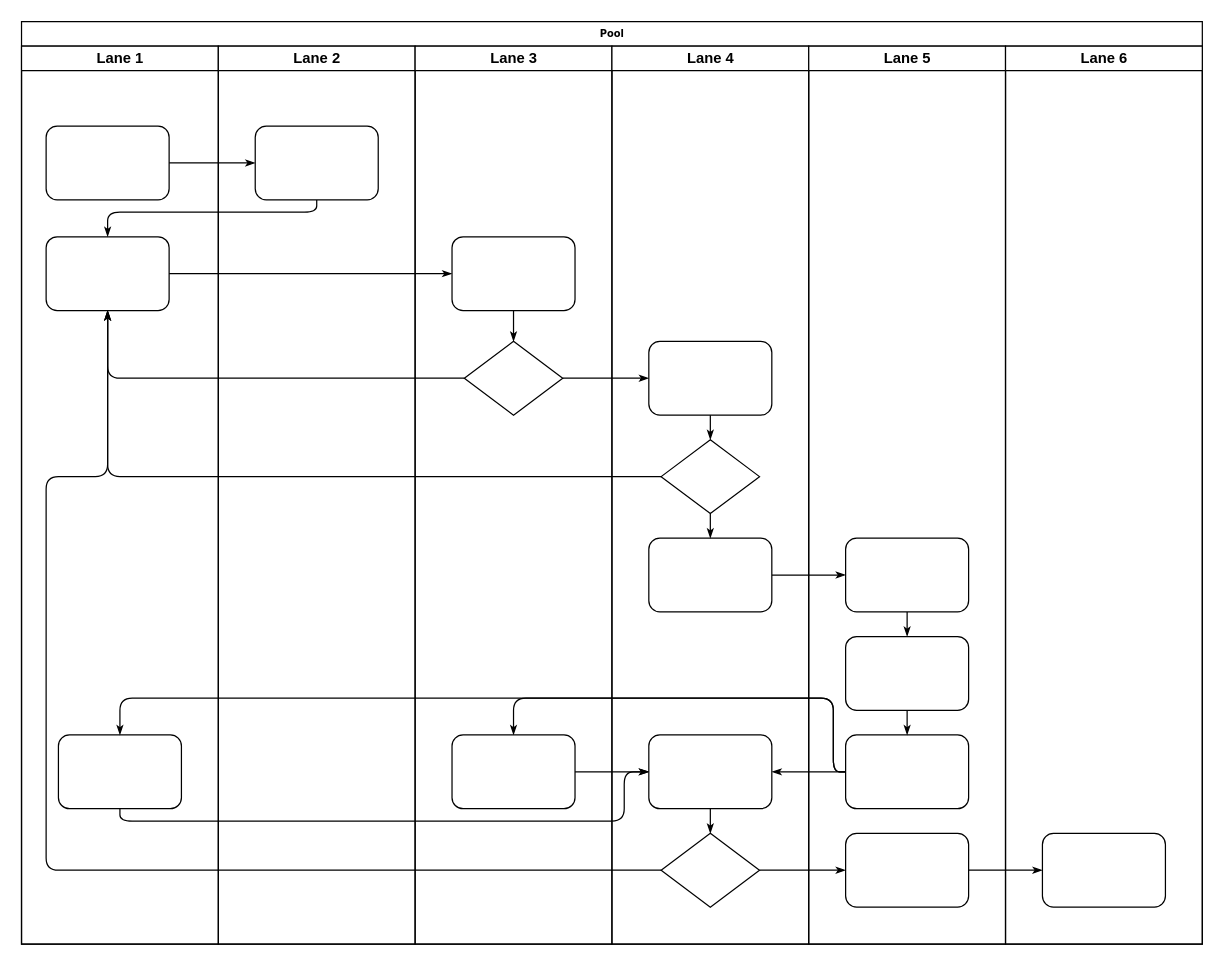
The draw.io diagram 未命名绘图.drawio in azzcs/draw, before the edit. Source tidied: cells renumbered, new cells numbered last; positions are measured from the earlier drawing's top-left corner, leaving out a move shared by most shapes. Both pictures are drawn from the tidied source at 123%, with x=0, y=0 at pixel (21, 21).
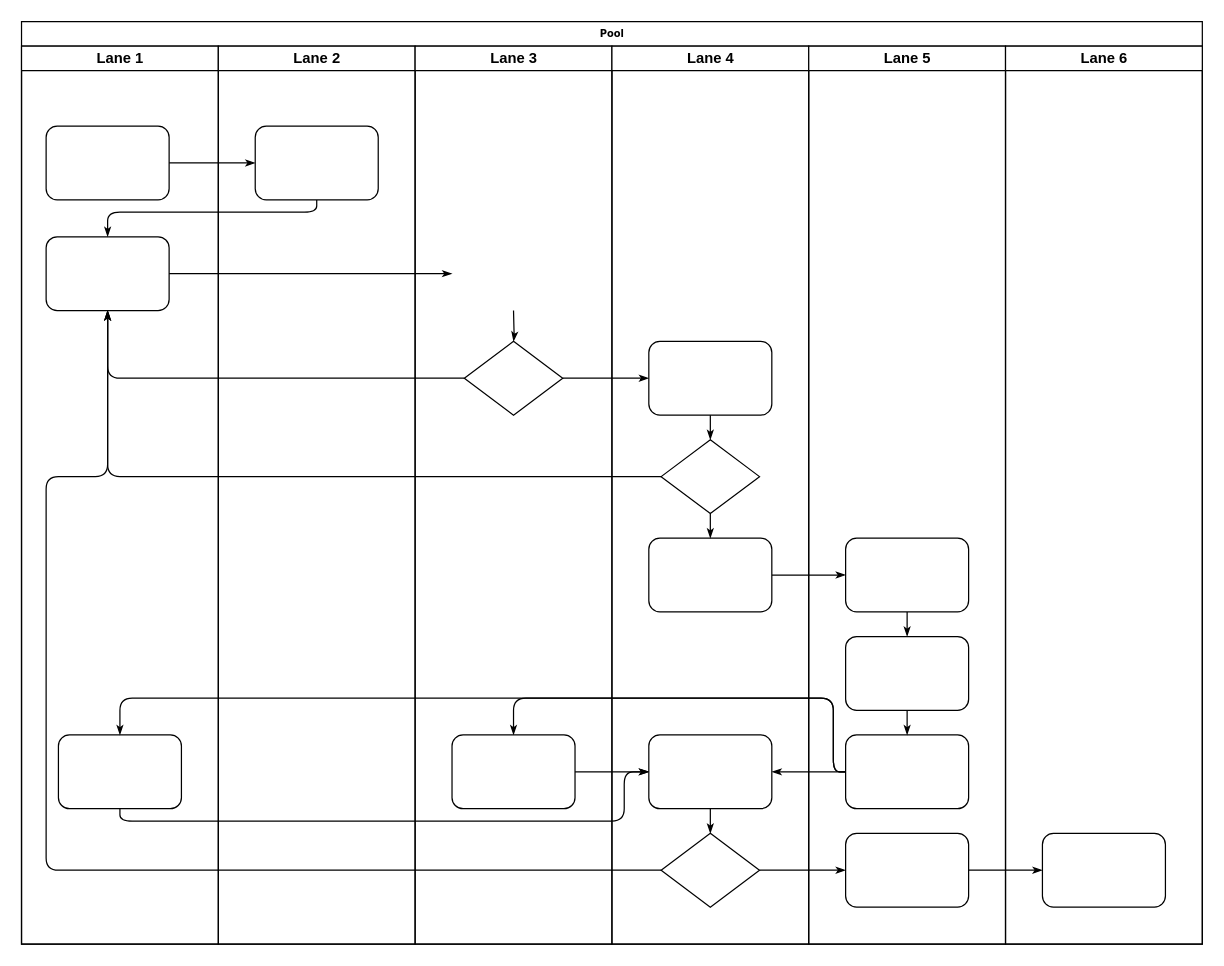
After the change.

Unchanged cells that the change refers to:
```xml
<mxCell id="2" value="Pool" style="swimlane;html=1;startSize=20;rounded=0;shadow=0;labelBackgroundColor=none;strokeWidth=1;fontFamily=Verdana;fontSize=8;align=center;" parent="1" vertex="1">
  <mxGeometry width="960" height="750" as="geometry" />
</mxCell>
<mxCell id="5" style="rounded=1;whiteSpace=wrap;html=1;shadow=0;labelBackgroundColor=none;strokeWidth=1;fontFamily=Verdana;fontSize=8;align=center;" parent="3" vertex="1">
  <mxGeometry x="20" y="155" width="100" height="60" as="geometry" />
</mxCell>
<mxCell id="24" value="Lane 3" style="swimlane;html=1;startSize=20;" parent="2" vertex="1">
  <mxGeometry x="320" y="20" width="160" height="730" as="geometry" />
</mxCell>
<mxCell id="26" style="rhombus;whiteSpace=wrap;html=1;rounded=0;shadow=0;labelBackgroundColor=none;strokeWidth=1;fontFamily=Verdana;fontSize=8;align=center;" parent="24" vertex="1">
  <mxGeometry x="40" y="240" width="80" height="60" as="geometry" />
</mxCell>
```

Change to the diagram source:
```diff
@@
-    <mxCell id="9" style="edgeStyle=orthogonalEdgeStyle;rounded=1;html=1;labelBackgroundColor=none;startArrow=none;startFill=0;startSize=5;endArrow=classicThin;endFill=1;endSize=5;jettySize=auto;strokeWidth=1;fontFamily=Verdana;fontSize=8;" parent="2" edge="1" source="5" target="25">
-      <mxGeometry relative="1" as="geometry" />
+    <mxCell id="9" style="edgeStyle=orthogonalEdgeStyle;rounded=1;html=1;labelBackgroundColor=none;startArrow=none;startFill=0;startSize=5;endArrow=classicThin;endFill=1;endSize=5;jettySize=auto;strokeWidth=1;fontFamily=Verdana;fontSize=8;" parent="2" edge="1" source="5">
+      <mxGeometry relative="1" as="geometry">
+        <mxPoint x="350" y="205" as="targetPoint" />
+      </mxGeometry>
     </mxCell>
@@
-    <mxCell id="25" style="rounded=1;whiteSpace=wrap;html=1;shadow=0;labelBackgroundColor=none;strokeWidth=1;fontFamily=Verdana;fontSize=8;align=center;" parent="24" vertex="1">
-      <mxGeometry x="30" y="155" width="100" height="60" as="geometry" />
-    </mxCell>
@@
-    <mxCell id="28" style="edgeStyle=orthogonalEdgeStyle;rounded=1;html=1;labelBackgroundColor=none;startArrow=none;startFill=0;startSize=5;endArrow=classicThin;endFill=1;endSize=5;jettySize=auto;strokeWidth=1;fontFamily=Verdana;fontSize=8;" parent="24" edge="1" source="25" target="26">
-      <mxGeometry relative="1" as="geometry" />
+    <mxCell id="28" style="edgeStyle=orthogonalEdgeStyle;rounded=1;html=1;labelBackgroundColor=none;startArrow=none;startFill=0;startSize=5;endArrow=classicThin;endFill=1;endSize=5;jettySize=auto;strokeWidth=1;fontFamily=Verdana;fontSize=8;" parent="24" edge="1" target="26">
+      <mxGeometry relative="1" as="geometry">
+        <mxPoint x="80" y="215" as="sourcePoint" />
+      </mxGeometry>
     </mxCell>
```
